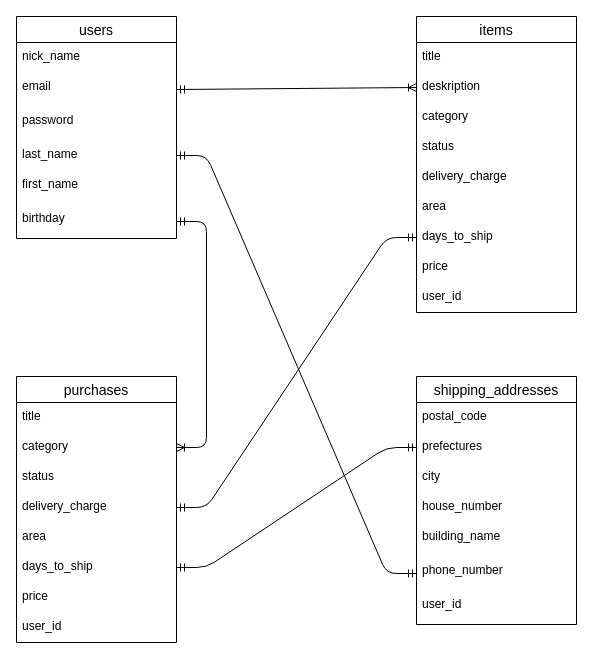
This is furima.dio from ToruNishioka/furima-33833, a draw.io file, before an edit. Source tidied: cells renumbered, new cells numbered last; positions are measured from the earlier drawing's top-left corner, leaving out a move shared by most shapes. Both pictures are drawn from the tidied source at 100%, with x=0, y=0 at pixel (16, 16).
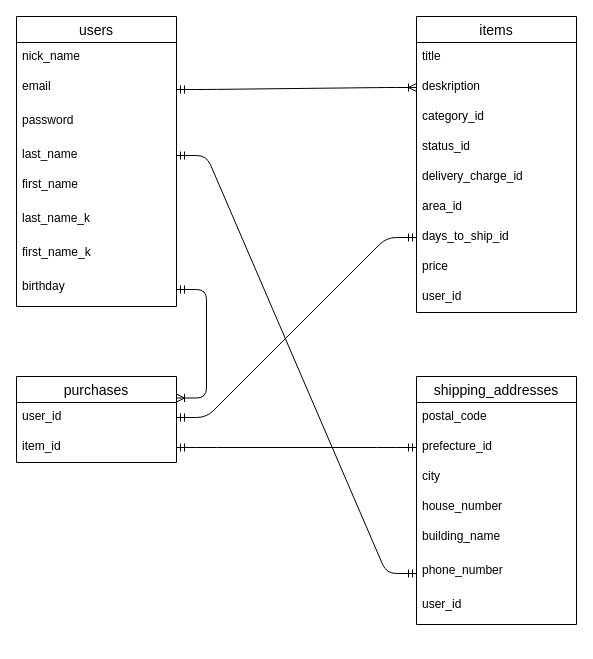
After the change.

The change refers to these unchanged cells:
```xml
<mxCell id="4" value="email" style="text;strokeColor=none;fillColor=none;spacingLeft=4;spacingRight=4;overflow=hidden;points=[[0,0.5],[1,0.5]];portConstraint=eastwest;fontSize=12;" parent="2" vertex="1">
  <mxGeometry y="56" width="160" height="34" as="geometry" />
</mxCell>
<mxCell id="9" value="items" style="swimlane;fontStyle=0;horizontal=1;startSize=26;align=center;fontSize=14;" parent="1" vertex="1">
  <mxGeometry x="400" width="160" height="296" as="geometry" />
</mxCell>
<mxCell id="11" value="deskription" style="text;strokeColor=none;fillColor=none;spacingLeft=4;spacingRight=4;overflow=hidden;points=[[0,0.5],[1,0.5]];portConstraint=eastwest;fontSize=12;" parent="9" vertex="1">
  <mxGeometry y="56" width="160" height="30" as="geometry" />
</mxCell>
<mxCell id="28" value="shipping_addresses" style="swimlane;fontStyle=0;horizontal=1;startSize=26;align=center;fontSize=14;" parent="1" vertex="1">
  <mxGeometry x="400" y="360" width="160" height="248" as="geometry" />
</mxCell>
```

What changed in the source:
```diff
@@
     <mxCell id="2" value="users" style="swimlane;fontStyle=0;horizontal=1;startSize=26;align=center;fontSize=14;" parent="1" vertex="1">
-      <mxGeometry width="160" height="222" as="geometry" />
+      <mxGeometry width="160" height="290" as="geometry" />
     </mxCell>
@@
+    <mxCell id="41" value="last_name_k" style="text;strokeColor=none;fillColor=none;spacingLeft=4;spacingRight=4;overflow=hidden;fontSize=12;" parent="2" vertex="1">
+      <mxGeometry y="188" width="160" height="34" as="geometry" />
+    </mxCell>
+    <mxCell id="42" value="first_name_k" style="text;strokeColor=none;fillColor=none;spacingLeft=4;spacingRight=4;overflow=hidden;fontSize=12;" parent="2" vertex="1">
+      <mxGeometry y="222" width="160" height="34" as="geometry" />
+    </mxCell>
     <mxCell id="8" value="birthday" style="text;strokeColor=none;fillColor=none;spacingLeft=4;spacingRight=4;overflow=hidden;points=[[0,0.5],[1,0.5]];portConstraint=eastwest;fontSize=12;" parent="2" vertex="1">
-      <mxGeometry y="188" width="160" height="34" as="geometry" />
+      <mxGeometry y="256" width="160" height="34" as="geometry" />
     </mxCell>
@@
-    <mxCell id="12" value="category" style="text;strokeColor=none;fillColor=none;spacingLeft=4;spacingRight=4;overflow=hidden;fontSize=12;" parent="9" vertex="1">
+    <mxCell id="12" value="category_id" style="text;strokeColor=none;fillColor=none;spacingLeft=4;spacingRight=4;overflow=hidden;fontSize=12;" parent="9" vertex="1">
       <mxGeometry y="86" width="160" height="30" as="geometry" />
     </mxCell>
-    <mxCell id="13" value="status" style="text;strokeColor=none;fillColor=none;spacingLeft=4;spacingRight=4;overflow=hidden;fontSize=12;" parent="9" vertex="1">
+    <mxCell id="13" value="status_id" style="text;strokeColor=none;fillColor=none;spacingLeft=4;spacingRight=4;overflow=hidden;fontSize=12;" parent="9" vertex="1">
       <mxGeometry y="116" width="160" height="30" as="geometry" />
     </mxCell>
-    <mxCell id="14" value="delivery_charge" style="text;strokeColor=none;fillColor=none;spacingLeft=4;spacingRight=4;overflow=hidden;fontSize=12;" parent="9" vertex="1">
+    <mxCell id="14" value="delivery_charge_id" style="text;strokeColor=none;fillColor=none;spacingLeft=4;spacingRight=4;overflow=hidden;fontSize=12;" parent="9" vertex="1">
       <mxGeometry y="146" width="160" height="30" as="geometry" />
     </mxCell>
-    <mxCell id="15" value="area" style="text;strokeColor=none;fillColor=none;spacingLeft=4;spacingRight=4;overflow=hidden;fontSize=12;" parent="9" vertex="1">
+    <mxCell id="15" value="area_id" style="text;strokeColor=none;fillColor=none;spacingLeft=4;spacingRight=4;overflow=hidden;fontSize=12;" parent="9" vertex="1">
       <mxGeometry y="176" width="160" height="30" as="geometry" />
     </mxCell>
-    <mxCell id="16" value="days_to_ship" style="text;strokeColor=none;fillColor=none;spacingLeft=4;spacingRight=4;overflow=hidden;points=[[0,0.5],[1,0.5]];portConstraint=eastwest;fontSize=12;" parent="9" vertex="1">
+    <mxCell id="16" value="days_to_ship_id" style="text;strokeColor=none;fillColor=none;spacingLeft=4;spacingRight=4;overflow=hidden;points=[[0,0.5],[1,0.5]];portConstraint=eastwest;fontSize=12;" parent="9" vertex="1">
       <mxGeometry y="206" width="160" height="30" as="geometry" />
     </mxCell>
@@
     <mxCell id="19" value="purchases" style="swimlane;fontStyle=0;horizontal=1;startSize=26;align=center;fontSize=14;" parent="1" vertex="1">
-      <mxGeometry y="360" width="160" height="266" as="geometry" />
+      <mxGeometry y="360" width="160" height="86" as="geometry" />
     </mxCell>
-    <mxCell id="20" value="title" style="text;strokeColor=none;fillColor=none;spacingLeft=4;spacingRight=4;overflow=hidden;points=[[0,0.5],[1,0.5]];portConstraint=eastwest;fontSize=12;" parent="19" vertex="1">
+    <mxCell id="20" value="user_id" style="text;strokeColor=none;fillColor=none;spacingLeft=4;spacingRight=4;overflow=hidden;points=[[0,0.5],[1,0.5]];portConstraint=eastwest;fontSize=12;" parent="19" vertex="1">
       <mxGeometry y="26" width="160" height="30" as="geometry" />
     </mxCell>
-    <mxCell id="21" value="category" style="text;strokeColor=none;fillColor=none;spacingLeft=4;spacingRight=4;overflow=hidden;points=[[0,0.5],[1,0.5]];portConstraint=eastwest;fontSize=12;" parent="19" vertex="1">
+    <mxCell id="21" value="item_id" style="text;strokeColor=none;fillColor=none;spacingLeft=4;spacingRight=4;overflow=hidden;points=[[0,0.5],[1,0.5]];portConstraint=eastwest;fontSize=12;" parent="19" vertex="1">
       <mxGeometry y="56" width="160" height="30" as="geometry" />
     </mxCell>
-    <mxCell id="22" value="status" style="text;strokeColor=none;fillColor=none;spacingLeft=4;spacingRight=4;overflow=hidden;fontSize=12;" parent="19" vertex="1">
-      <mxGeometry y="86" width="160" height="30" as="geometry" />
-    </mxCell>
-    <mxCell id="23" value="delivery_charge" style="text;strokeColor=none;fillColor=none;spacingLeft=4;spacingRight=4;overflow=hidden;points=[[0,0.5],[1,0.5]];portConstraint=eastwest;fontSize=12;" parent="19" vertex="1">
-      <mxGeometry y="116" width="160" height="30" as="geometry" />
-    </mxCell>
-    <mxCell id="24" value="area" style="text;strokeColor=none;fillColor=none;spacingLeft=4;spacingRight=4;overflow=hidden;fontSize=12;" parent="19" vertex="1">
-      <mxGeometry y="146" width="160" height="30" as="geometry" />
-    </mxCell>
-    <mxCell id="25" value="days_to_ship" style="text;strokeColor=none;fillColor=none;spacingLeft=4;spacingRight=4;overflow=hidden;points=[[0,0.5],[1,0.5]];portConstraint=eastwest;fontSize=12;" parent="19" vertex="1">
-      <mxGeometry y="176" width="160" height="30" as="geometry" />
-    </mxCell>
-    <mxCell id="26" value="price" style="text;strokeColor=none;fillColor=none;spacingLeft=4;spacingRight=4;overflow=hidden;fontSize=12;" parent="19" vertex="1">
-      <mxGeometry y="206" width="160" height="30" as="geometry" />
-    </mxCell>
-    <mxCell id="27" value="user_id" style="text;strokeColor=none;fillColor=none;spacingLeft=4;spacingRight=4;overflow=hidden;fontSize=12;" parent="19" vertex="1">
-      <mxGeometry y="236" width="160" height="30" as="geometry" />
-    </mxCell>
@@
-    <mxCell id="30" value="prefectures" style="text;strokeColor=none;fillColor=none;spacingLeft=4;spacingRight=4;overflow=hidden;points=[[0,0.5],[1,0.5]];portConstraint=eastwest;fontSize=12;" parent="28" vertex="1">
+    <mxCell id="30" value="prefecture_id" style="text;strokeColor=none;fillColor=none;spacingLeft=4;spacingRight=4;overflow=hidden;points=[[0,0.5],[1,0.5]];portConstraint=eastwest;fontSize=12;" parent="28" vertex="1">
       <mxGeometry y="56" width="160" height="30" as="geometry" />
     </mxCell>
@@
-    <mxCell id="36" style="fontSize=12;html=1;endArrow=ERoneToMany;startArrow=ERmandOne;entryX=0;entryY=0.5;entryDx=0;entryDy=0;exitX=1;exitY=0.5;exitDx=0;exitDy=0;" parent="1" edge="1" source="4" target="11">
-      <mxGeometry relative="1" as="geometry" />
-    </mxCell>
-    <mxCell id="37" style="edgeStyle=entityRelationEdgeStyle;fontSize=12;html=1;endArrow=ERmandOne;startArrow=ERmandOne;exitX=1;exitY=0.5;exitDx=0;exitDy=0;entryX=0;entryY=0.5;entryDx=0;entryDy=0;" parent="1" edge="1" source="25" target="30">
+    <mxCell id="37" style="edgeStyle=entityRelationEdgeStyle;fontSize=12;html=1;endArrow=ERmandOne;startArrow=ERmandOne;exitX=1;exitY=0.5;exitDx=0;exitDy=0;entryX=0;entryY=0.5;entryDx=0;entryDy=0;" parent="1" edge="1" source="21" target="30">
       <mxGeometry relative="1" as="geometry" />
     </mxCell>
-    <mxCell id="38" style="edgeStyle=entityRelationEdgeStyle;fontSize=12;html=1;endArrow=ERmandOne;startArrow=ERmandOne;entryX=0;entryY=0.5;entryDx=0;entryDy=0;exitX=1;exitY=0.5;exitDx=0;exitDy=0;" parent="1" edge="1" source="23" target="16">
+    <mxCell id="38" style="edgeStyle=entityRelationEdgeStyle;fontSize=12;html=1;endArrow=ERmandOne;startArrow=ERmandOne;entryX=0;entryY=0.5;entryDx=0;entryDy=0;exitX=1;exitY=0.5;exitDx=0;exitDy=0;" parent="1" edge="1" source="20" target="16">
       <mxGeometry relative="1" as="geometry" />
     </mxCell>
-    <mxCell id="39" style="edgeStyle=entityRelationEdgeStyle;fontSize=12;html=1;endArrow=ERoneToMany;startArrow=ERmandOne;exitX=1;exitY=0.5;exitDx=0;exitDy=0;entryX=1;entryY=0.5;entryDx=0;entryDy=0;" parent="1" edge="1" source="8" target="21">
+    <mxCell id="39" style="edgeStyle=entityRelationEdgeStyle;fontSize=12;html=1;endArrow=ERoneToMany;startArrow=ERmandOne;exitX=1;exitY=0.5;exitDx=0;exitDy=0;entryX=1;entryY=0.25;entryDx=0;entryDy=0;" parent="1" edge="1" source="8" target="19">
       <mxGeometry relative="1" as="geometry" />
     </mxCell>
@@
+    <mxCell id="36" style="edgeStyle=entityRelationEdgeStyle;fontSize=12;html=1;endArrow=ERoneToMany;startArrow=ERmandOne;exitX=1;exitY=0.5;exitDx=0;exitDy=0;entryX=0;entryY=0.5;entryDx=0;entryDy=0;" parent="1" edge="1" source="4" target="11">
+      <mxGeometry relative="1" as="geometry" />
+    </mxCell>
```
